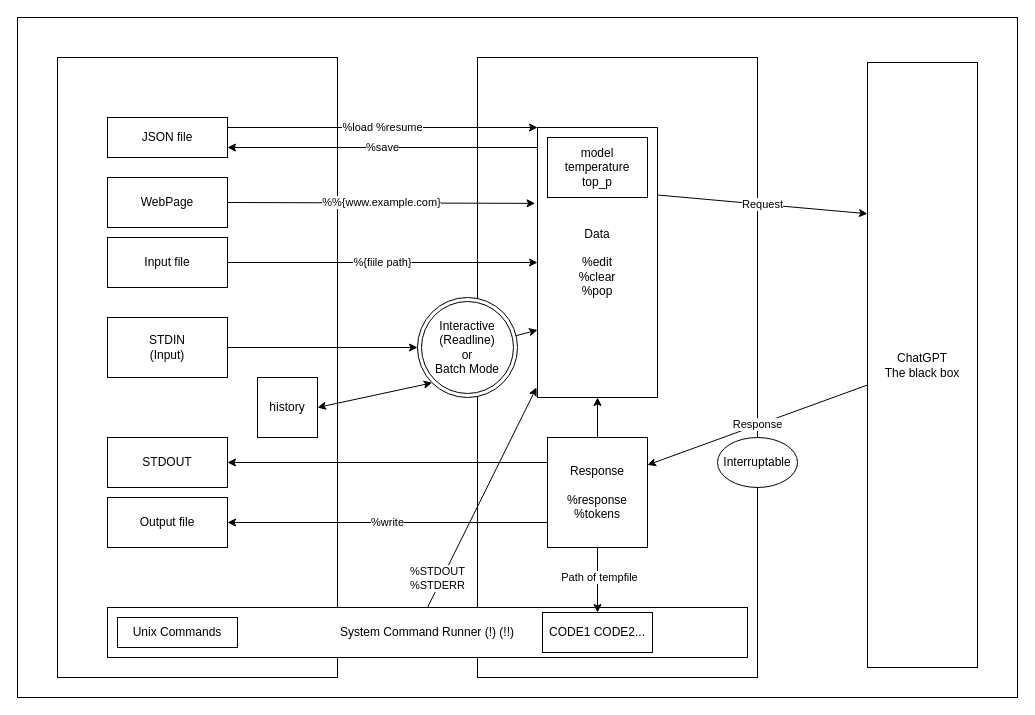
kojix2/chatgpt-cli keeps this draw.io diagram as docs/overview.drawio. Above is the earlier version. Source tidied: cells renumbered, new cells numbered last; positions are measured from the earlier drawing's top-left corner, leaving out a move shared by most shapes. Both pictures are drawn from the tidied source at 100%, with x=0, y=0 at pixel (17, 17).
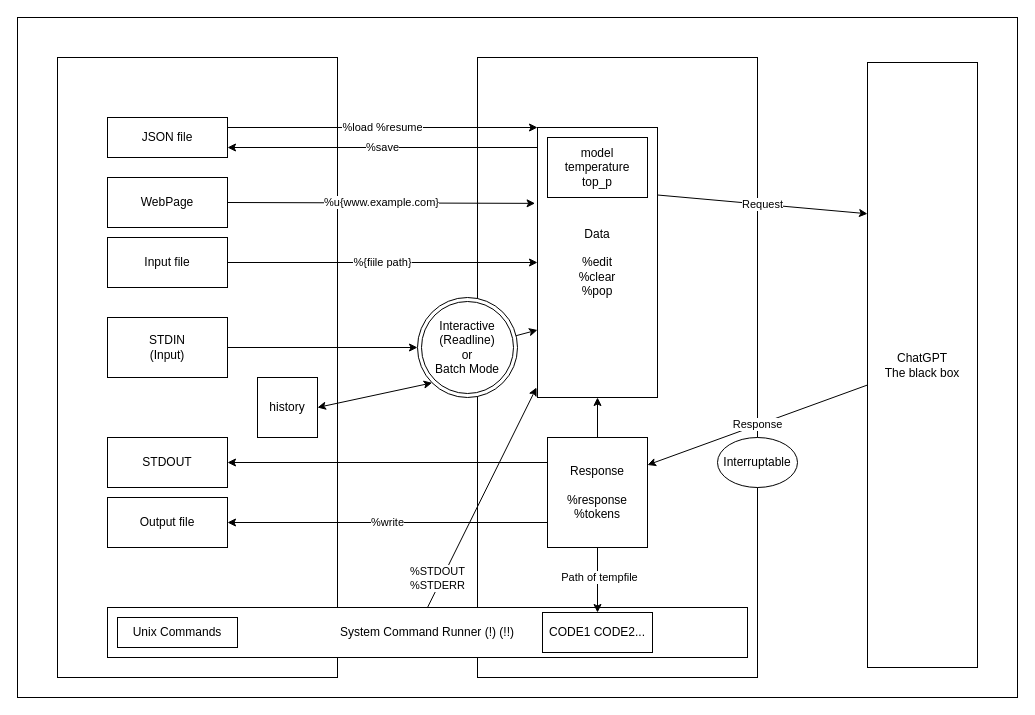
Above is the later version.

Unchanged cells that the change refers to:
```xml
<mxCell id="7" value="Data&lt;br&gt;&lt;br&gt;%edit&lt;br&gt;%clear&lt;br&gt;%pop" style="rounded=0;whiteSpace=wrap;html=1;" parent="1" vertex="1">
  <mxGeometry x="520" y="110" width="120" height="270" as="geometry" />
</mxCell>
<mxCell id="10" value="WebPage" style="rounded=0;whiteSpace=wrap;html=1;" parent="1" vertex="1">
  <mxGeometry x="90" y="160" width="120" height="50" as="geometry" />
</mxCell>
```

What changed in the source:
```diff
@@
-    <mxCell id="12" value="%%{www.example.com}" style="endArrow=classic;html=1;exitX=1;exitY=0.5;exitDx=0;exitDy=0;entryX=-0.02;entryY=0.281;entryDx=0;entryDy=0;entryPerimeter=0;" parent="1" edge="1" source="10" target="7">
+    <mxCell id="12" value="%u{www.example.com}" style="endArrow=classic;html=1;exitX=1;exitY=0.5;exitDx=0;exitDy=0;entryX=-0.02;entryY=0.281;entryDx=0;entryDy=0;entryPerimeter=0;" parent="1" edge="1" source="10" target="7">
       <mxGeometry relative="1" as="geometry" />
     </mxCell>
```
